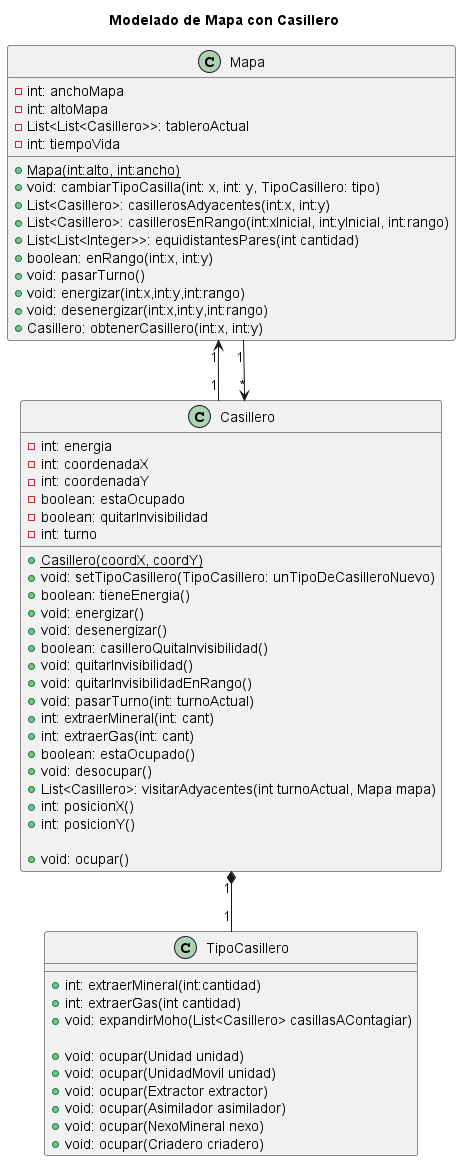
Above: diagrams/classes/mapa-casillero.png in m-cabrerar/AlgoStar (PlantUML), before the change.
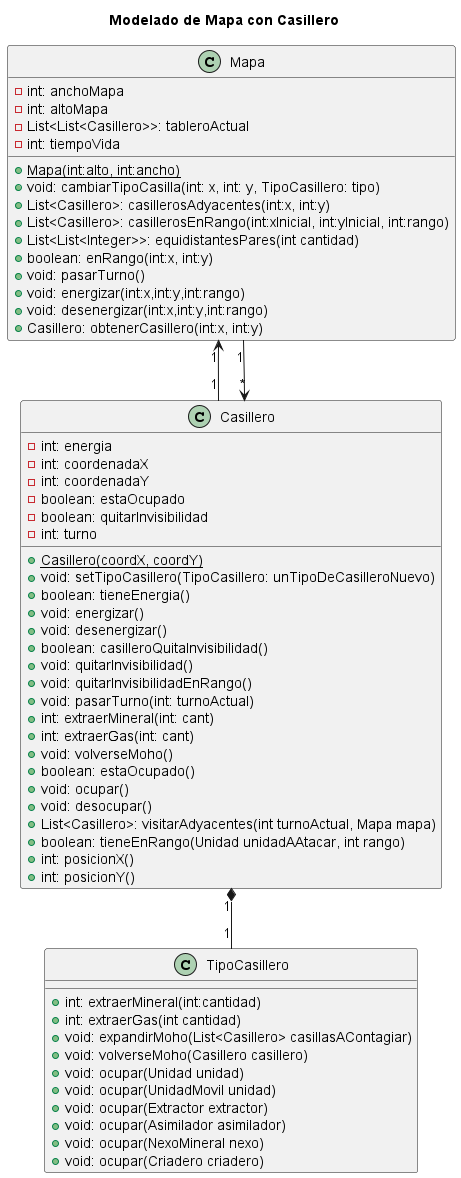
Above is the later version.

The edit, as a diff of the source:
```diff
@@ -23,6 +23,7 @@
 Casillero "*" <-- "1" Mapa
 Casillero "1" *-- "1" TipoCasillero
 
+
 class Casillero {
  - int: energia
  - int: coordenadaX
@@ -42,20 +43,22 @@
  + void: pasarTurno(int: turnoActual)
  + int: extraerMineral(int: cant)
  + int: extraerGas(int: cant)
+ + void: volverseMoho()
  + boolean: estaOcupado()
+ + void: ocupar()
  + void: desocupar()
  + List<Casillero>: visitarAdyacentes(int turnoActual, Mapa mapa)
+ + boolean: tieneEnRango(Unidad unidadAAtacar, int rango)
  + int: posicionX()
  + int: posicionY()
-
- + void: ocupar()
 }
 
 class TipoCasillero{
+
  + int: extraerMineral(int:cantidad)
  + int: extraerGas(int cantidad)
  + void: expandirMoho(List<Casillero> casillasAContagiar)
-
+ + void: volverseMoho(Casillero casillero)
  + void: ocupar(Unidad unidad)
  + void: ocupar(UnidadMovil unidad)
  + void: ocupar(Extractor extractor)
```
